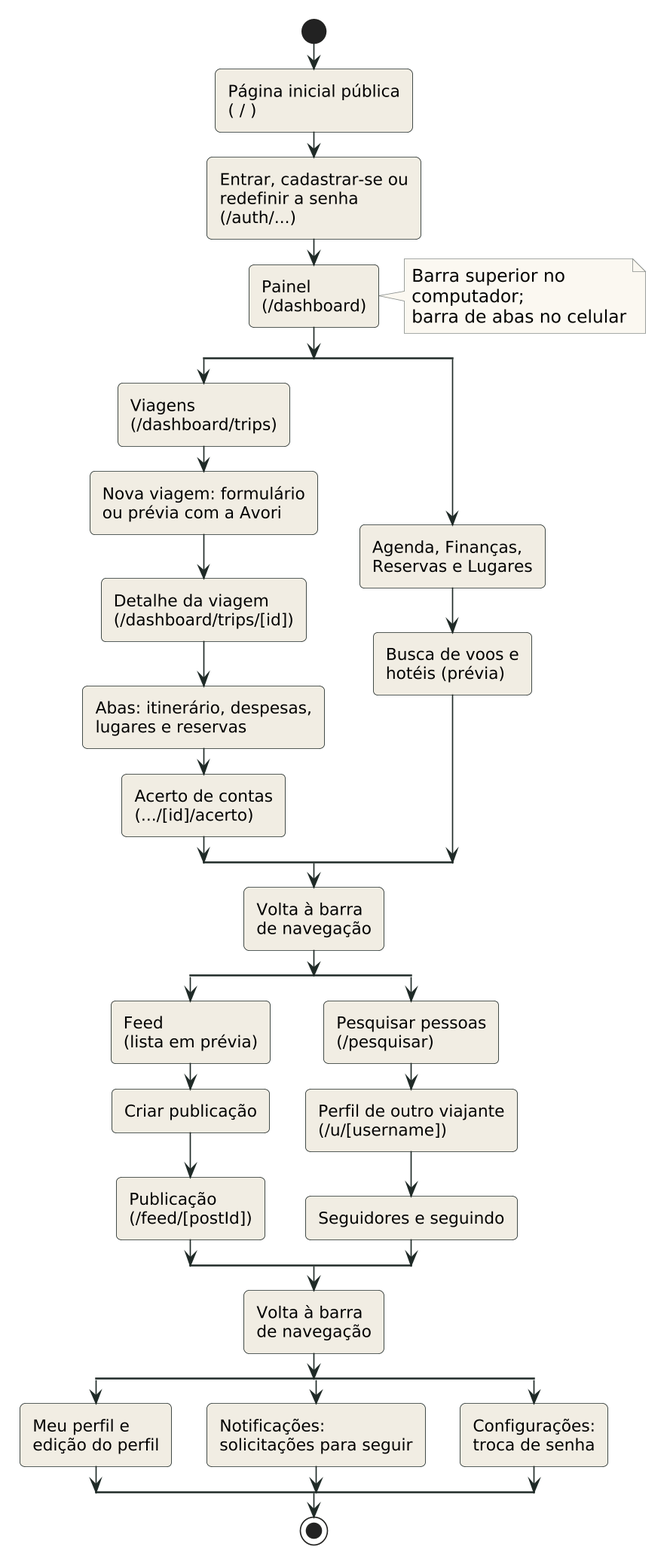
The PlantUML diagram docs/pfc/diagramas/16-1-fluxo-navegacao.png in Fernando-Oli/viaja-mais, before a commit.
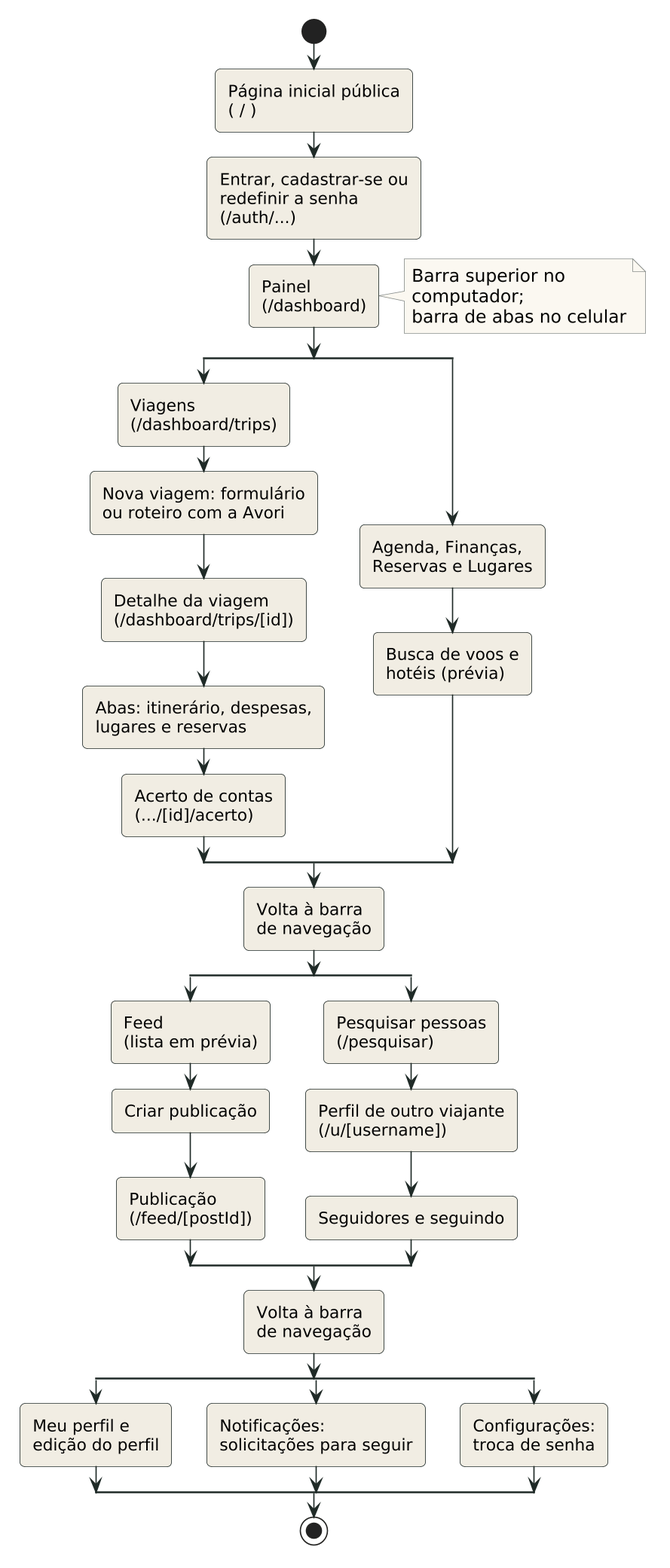
Later version of the same file.

Change to the diagram source:
```diff
@@ -13,7 +13,7 @@
 
 split
   :Viagens\n(/dashboard/trips);
-  :Nova viagem: formulário\nou prévia com a Avori;
+  :Nova viagem: formulário\nou roteiro com a Avori;
   :Detalhe da viagem\n(/dashboard/trips/[id]);
   :Abas: itinerário, despesas,\nlugares e reservas;
   :Acerto de contas\n(.../[id]/acerto);
```
